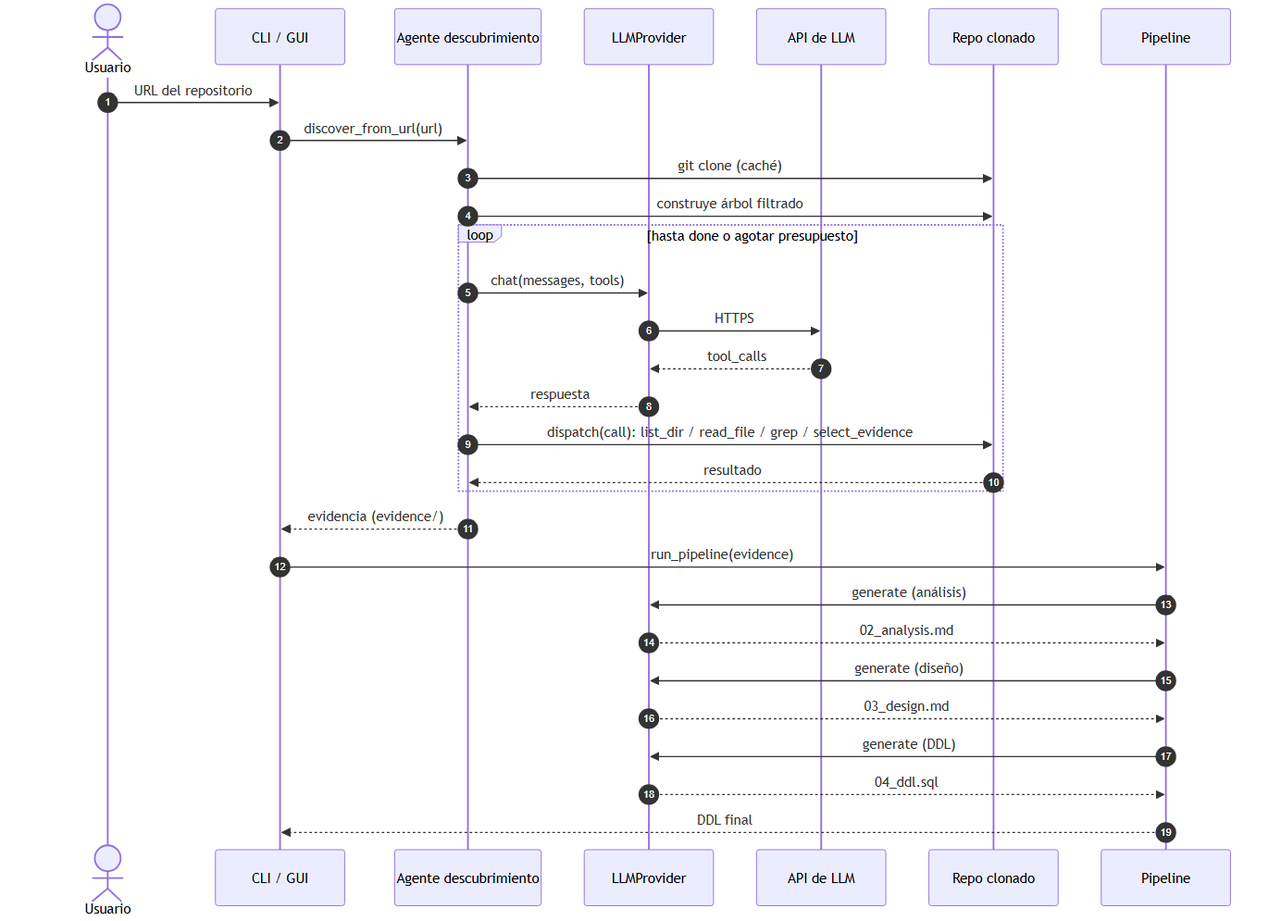
Before: memoria/assets/diagramas/secuencia-url.png, a diagram exported from Mermaid (git-uni/llms-normalization-bd-models-tool). Its source is kept beside it as memoria/assets/diagramas/secuencia-url.mmd. The source it was exported from:
```mermaid
sequenceDiagram
    autonumber
    actor U as Usuario
    participant CLI as CLI / GUI
    participant DISC as Agente descubrimiento
    participant PROV as LLMProvider
    participant LLM as API de LLM
    participant FS as Repo clonado
    participant PIPE as Pipeline

    U->>CLI: URL del repositorio
    CLI->>DISC: discover_from_url(url)
    DISC->>FS: git clone (caché)
    DISC->>FS: construye árbol filtrado

    loop hasta done o agotar presupuesto
        DISC->>PROV: chat(messages, tools)
        PROV->>LLM: HTTPS
        LLM-->>PROV: tool_calls
        PROV-->>DISC: respuesta
        DISC->>FS: dispatch(call): list_dir / read_file / grep / select_evidence
        FS-->>DISC: resultado
    end

    DISC-->>CLI: evidencia (evidence/)
    CLI->>PIPE: run_pipeline(evidence)

    PIPE->>PROV: generate (análisis)
    PROV-->>PIPE: 02_analysis.md
    PIPE->>PROV: generate (diseño)
    PROV-->>PIPE: 03_design.md
    PIPE->>PROV: generate (DDL)
    PROV-->>PIPE: 04_ddl.sql
    PIPE-->>CLI: DDL final
```
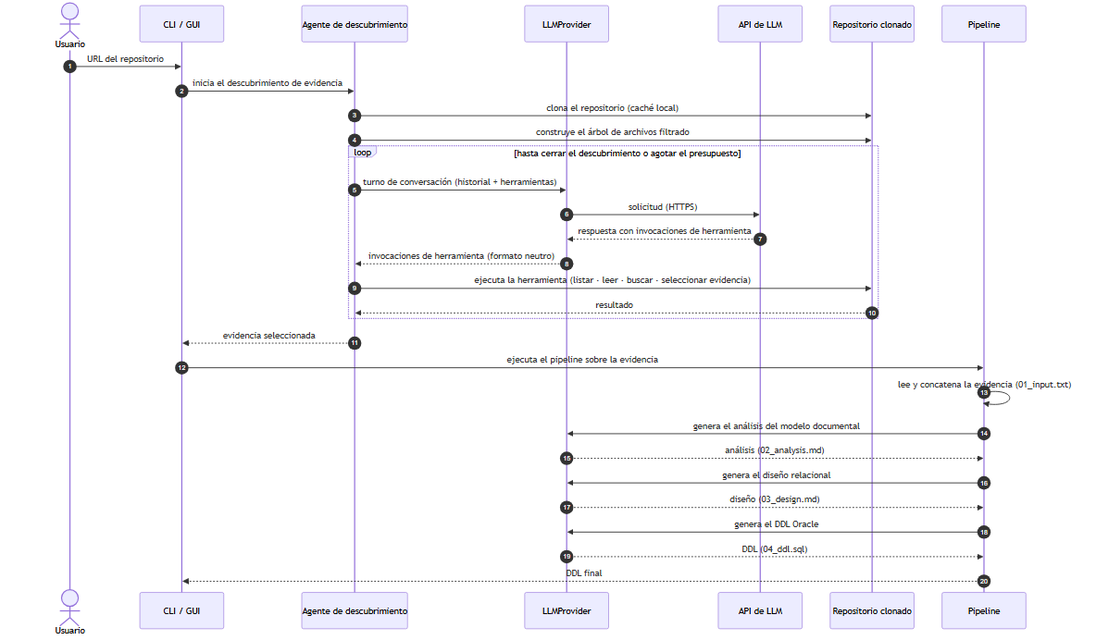
Later version of the same file.

The edit, as a diff of the source:
```diff
@@ -2,33 +2,33 @@
     autonumber
     actor U as Usuario
     participant CLI as CLI / GUI
-    participant DISC as Agente descubrimiento
+    participant DISC as Agente de descubrimiento
     participant PROV as LLMProvider
     participant LLM as API de LLM
-    participant FS as Repo clonado
+    participant FS as Repositorio clonado
     participant PIPE as Pipeline
 
     U->>CLI: URL del repositorio
-    CLI->>DISC: discover_from_url(url)
-    DISC->>FS: git clone (caché)
-    DISC->>FS: construye árbol filtrado
+    CLI->>DISC: inicia el descubrimiento de evidencia
+    DISC->>FS: clona el repositorio (caché local)
+    DISC->>FS: construye el árbol de archivos filtrado
 
-    loop hasta done o agotar presupuesto
-        DISC->>PROV: chat(messages, tools)
-        PROV->>LLM: HTTPS
-        LLM-->>PROV: tool_calls
-        PROV-->>DISC: respuesta
-        DISC->>FS: dispatch(call): list_dir / read_file / grep / select_evidence
+    loop hasta cerrar el descubrimiento o agotar el presupuesto
+        DISC->>PROV: turno de conversación (historial + herramientas)
+        PROV->>LLM: solicitud (HTTPS)
+        LLM-->>PROV: respuesta con invocaciones de herramienta
+        PROV-->>DISC: invocaciones de herramienta (formato neutro)
+        DISC->>FS: ejecuta la herramienta (listar · leer · buscar · seleccionar evidencia)
         FS-->>DISC: resultado
     end
 
-    DISC-->>CLI: evidencia (evidence/)
-    CLI->>PIPE: run_pipeline(evidence)
-
-    PIPE->>PROV: generate (análisis)
-    PROV-->>PIPE: 02_analysis.md
-    PIPE->>PROV: generate (diseño)
-    PROV-->>PIPE: 03_design.md
-    PIPE->>PROV: generate (DDL)
-    PROV-->>PIPE: 04_ddl.sql
+    DISC-->>CLI: evidencia seleccionada
+    CLI->>PIPE: ejecuta el pipeline sobre la evidencia
+    PIPE->>PIPE: lee y concatena la evidencia (01_input.txt)
+    PIPE->>PROV: genera el análisis del modelo documental
+    PROV-->>PIPE: análisis (02_analysis.md)
+    PIPE->>PROV: genera el diseño relacional
+    PROV-->>PIPE: diseño (03_design.md)
+    PIPE->>PROV: genera el DDL Oracle
+    PROV-->>PIPE: DDL (04_ddl.sql)
     PIPE-->>CLI: DDL final
```
